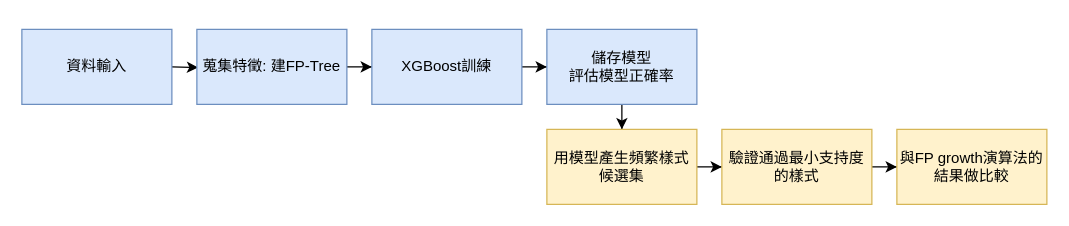
zoezou9/fp_mining keeps this draw.io diagram as data/fpmodel_flow.drawio. Above is the earlier version. Source tidied: cells renumbered, new cells numbered last; positions are measured from the earlier drawing's top-left corner, leaving out a move shared by most shapes. Both pictures are drawn from the tidied source at 125%, with x=0, y=0 at pixel (21, 29).
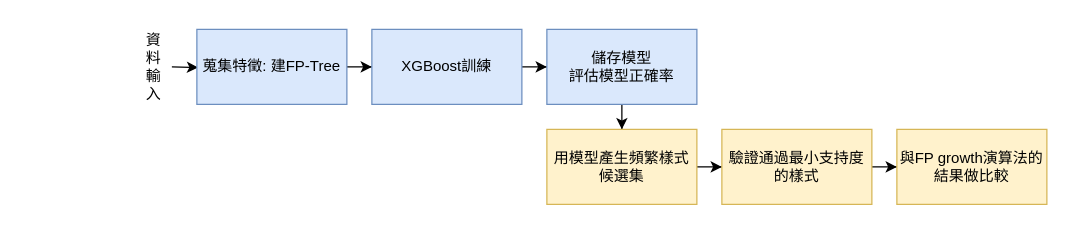
After the change.

What changed in the source:
```diff
@@
 <mxGraphModel>
   <root>
     <mxCell id="0" />
     <mxCell id="1" parent="0" />
     <mxCell id="2" style="edgeStyle=orthogonalEdgeStyle;rounded=0;jettySize=auto;html=1;" parent="1" edge="1" target="4">
       <mxGeometry relative="1" as="geometry">
         <mxPoint x="120" y="30" as="sourcePoint" />
       </mxGeometry>
     </mxCell>
     <mxCell id="3" style="edgeStyle=orthogonalEdgeStyle;rounded=0;jettySize=auto;html=1;" parent="1" edge="1" source="4" target="7">
       <mxGeometry relative="1" as="geometry" />
     </mxCell>
     <mxCell id="4" value="&lt;span style=&quot;font-family: 微軟正黑體;&quot;&gt;&lt;font style=&quot;font-size: 12px;&quot;&gt;蒐集特徵: 建FP-Tree&lt;/font&gt;&lt;/span&gt;" style="whiteSpace=wrap;html=1;rounded=0;fillColor=#dae8fc;strokeColor=#6c8ebf;" parent="1" vertex="1">
       <mxGeometry x="140" width="120" height="60" as="geometry" />
     </mxCell>
-    <mxCell id="5" value="&lt;span style=&quot;font-family: 微軟正黑體;&quot;&gt;資料輸入&lt;/span&gt;" style="whiteSpace=wrap;html=1;rounded=0;fillColor=#dae8fc;strokeColor=#6c8ebf;" parent="1" vertex="1">
-      <mxGeometry width="120" height="60" as="geometry" />
-    </mxCell>
     <mxCell id="6" style="edgeStyle=orthogonalEdgeStyle;rounded=0;jettySize=auto;html=1;" parent="1" edge="1" source="7" target="9">
       <mxGeometry relative="1" as="geometry" />
     </mxCell>
     <mxCell id="7" value="&lt;font face=&quot;微軟正黑體&quot; style=&quot;font-size: 12px;&quot;&gt;XGBoost訓練&lt;/font&gt;" style="whiteSpace=wrap;html=1;rounded=0;fillColor=#dae8fc;strokeColor=#6c8ebf;" parent="1" vertex="1">
       <mxGeometry x="280" width="120" height="60" as="geometry" />
     </mxCell>
     <mxCell id="8" style="edgeStyle=orthogonalEdgeStyle;rounded=0;jettySize=auto;html=1;" parent="1" edge="1" source="9" target="11">
       <mxGeometry relative="1" as="geometry" />
     </mxCell>
     <mxCell id="9" value="&lt;font face=&quot;微軟正黑體&quot; style=&quot;font-size: 12px;&quot;&gt;儲存模型&lt;/font&gt;&lt;div&gt;&lt;font face=&quot;微軟正黑體&quot; style=&quot;font-size: 12px;&quot;&gt;評估模型正確率&lt;/font&gt;&lt;/div&gt;" style="whiteSpace=wrap;html=1;rounded=0;fillColor=#dae8fc;strokeColor=#6c8ebf;" parent="1" vertex="1">
       <mxGeometry x="420" width="120" height="60" as="geometry" />
     </mxCell>
     <mxCell id="10" style="edgeStyle=orthogonalEdgeStyle;rounded=0;jettySize=auto;html=1;" parent="1" edge="1" source="11" target="13">
       <mxGeometry relative="1" as="geometry" />
     </mxCell>
     <mxCell id="11" value="&lt;font face=&quot;微軟正黑體&quot; style=&quot;font-size: 12px;&quot;&gt;用模型產生頻繁樣式候選集&lt;/font&gt;" style="whiteSpace=wrap;html=1;rounded=0;fillColor=#fff2cc;strokeColor=#d6b656;" parent="1" vertex="1">
       <mxGeometry x="420" y="80" width="120" height="60" as="geometry" />
     </mxCell>
     <mxCell id="12" style="edgeStyle=orthogonalEdgeStyle;rounded=0;jettySize=auto;html=1;" parent="1" edge="1" source="13" target="14">
       <mxGeometry relative="1" as="geometry" />
     </mxCell>
     <mxCell id="13" value="&lt;font face=&quot;微軟正黑體&quot;&gt;驗證通過最小支持度的樣式&lt;/font&gt;" style="whiteSpace=wrap;html=1;rounded=0;fillColor=#fff2cc;strokeColor=#d6b656;" parent="1" vertex="1">
       <mxGeometry x="560" y="80" width="120" height="60" as="geometry" />
     </mxCell>
     <mxCell id="14" value="&lt;font face=&quot;微軟正黑體&quot;&gt;與FP growth演算法的結果做比較&lt;/font&gt;" style="whiteSpace=wrap;html=1;rounded=0;fillColor=#fff2cc;strokeColor=#d6b656;" parent="1" vertex="1">
       <mxGeometry x="700" y="80" width="120" height="60" as="geometry" />
     </mxCell>
+    <mxCell id="15" value="&lt;font face=&quot;微軟正黑體&quot;&gt;資&lt;/font&gt;&lt;div&gt;&lt;font face=&quot;微軟正黑體&quot;&gt;料&lt;/font&gt;&lt;/div&gt;&lt;div&gt;&lt;font face=&quot;微軟正黑體&quot;&gt;輸&lt;/font&gt;&lt;/div&gt;&lt;div&gt;&lt;font face=&quot;微軟正黑體&quot;&gt;入&lt;/font&gt;&lt;/div&gt;" style="text;html=1;align=center;verticalAlign=middle;strokeColor=none;fillColor=none;" parent="1" vertex="1">
+      <mxGeometry x="90" y="-6" width="30" height="72" as="geometry" />
+    </mxCell>
   </root>
 </mxGraphModel>
```
